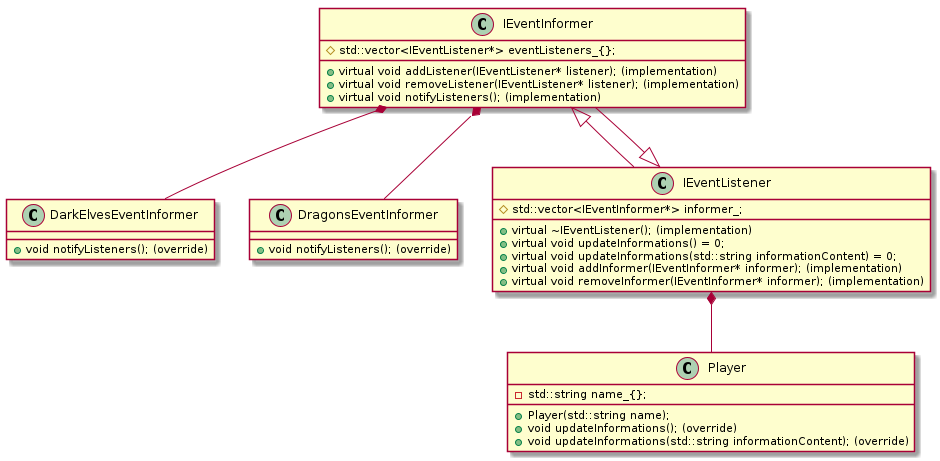
This is withObserver/uml/umlWithObserver.png from DamiXioR/observer-pattern-cpp, a PlantUML export, as it was before one commit.
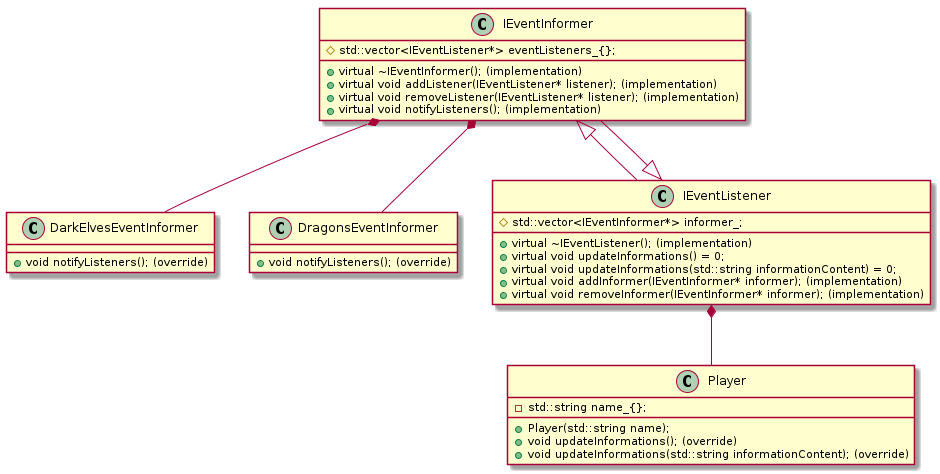
After the commit.

Commit message:
fix uml diagram

The edit, as a diff of the source:
```diff
@@ -1,7 +1,7 @@
 @startuml
 
 class IEventInformer {
-
+    +virtual ~IEventInformer(); (implementation)
     +virtual void addListener(IEventListener* listener); (implementation)
     +virtual void removeListener(IEventListener* listener); (implementation)
     +virtual void notifyListeners(); (implementation)
```
